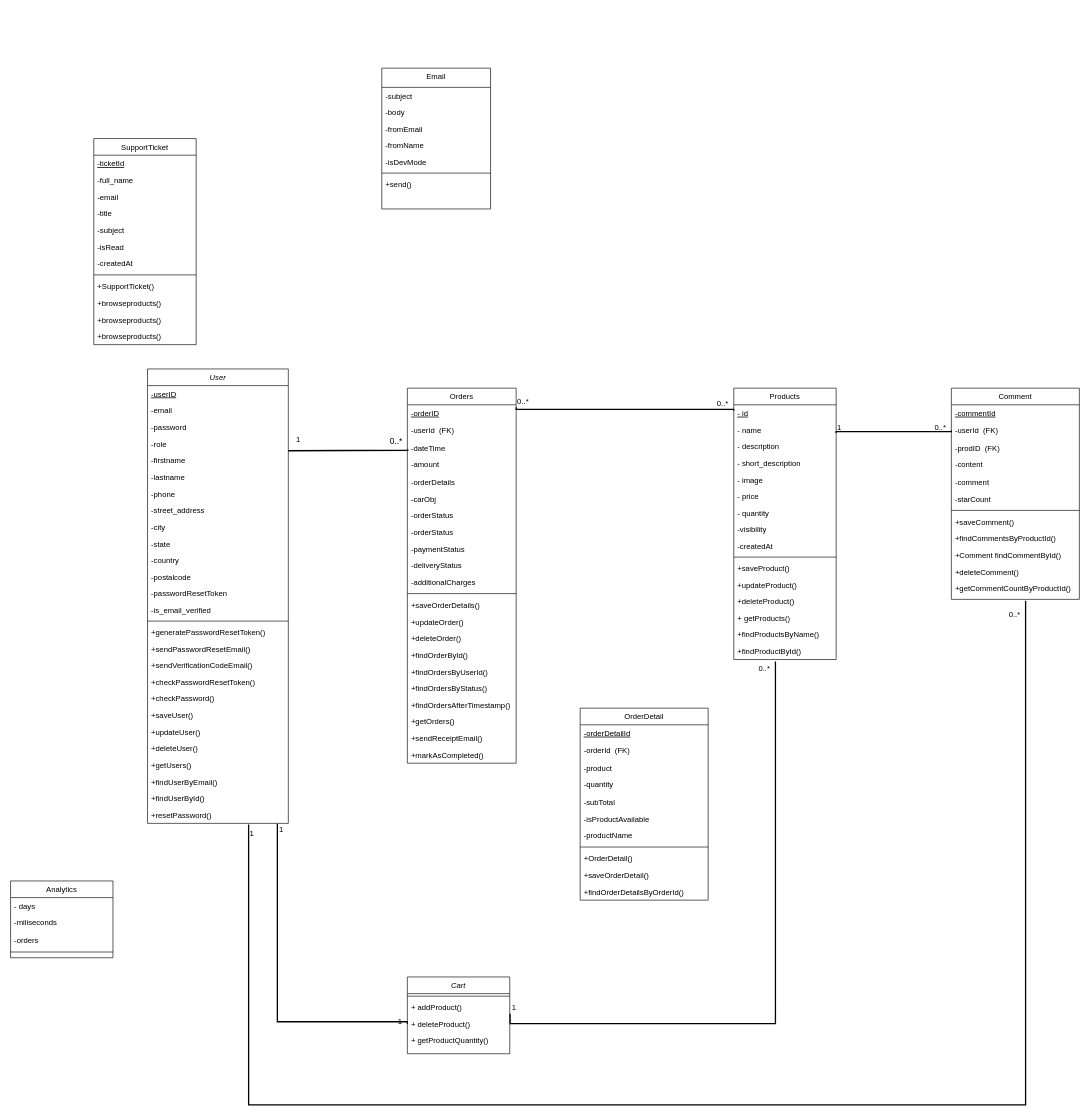
Earlier version of the draw.io diagram assets/diagrams/Class Diagram.drawio (isira-adithya/PUSL2024). Source tidied: cells renumbered, new cells numbered last; positions are measured from the earlier drawing's top-left corner, leaving out a move shared by most shapes. Both pictures are drawn from the tidied source at 64%, with x=0, y=0 at pixel (10, 68).
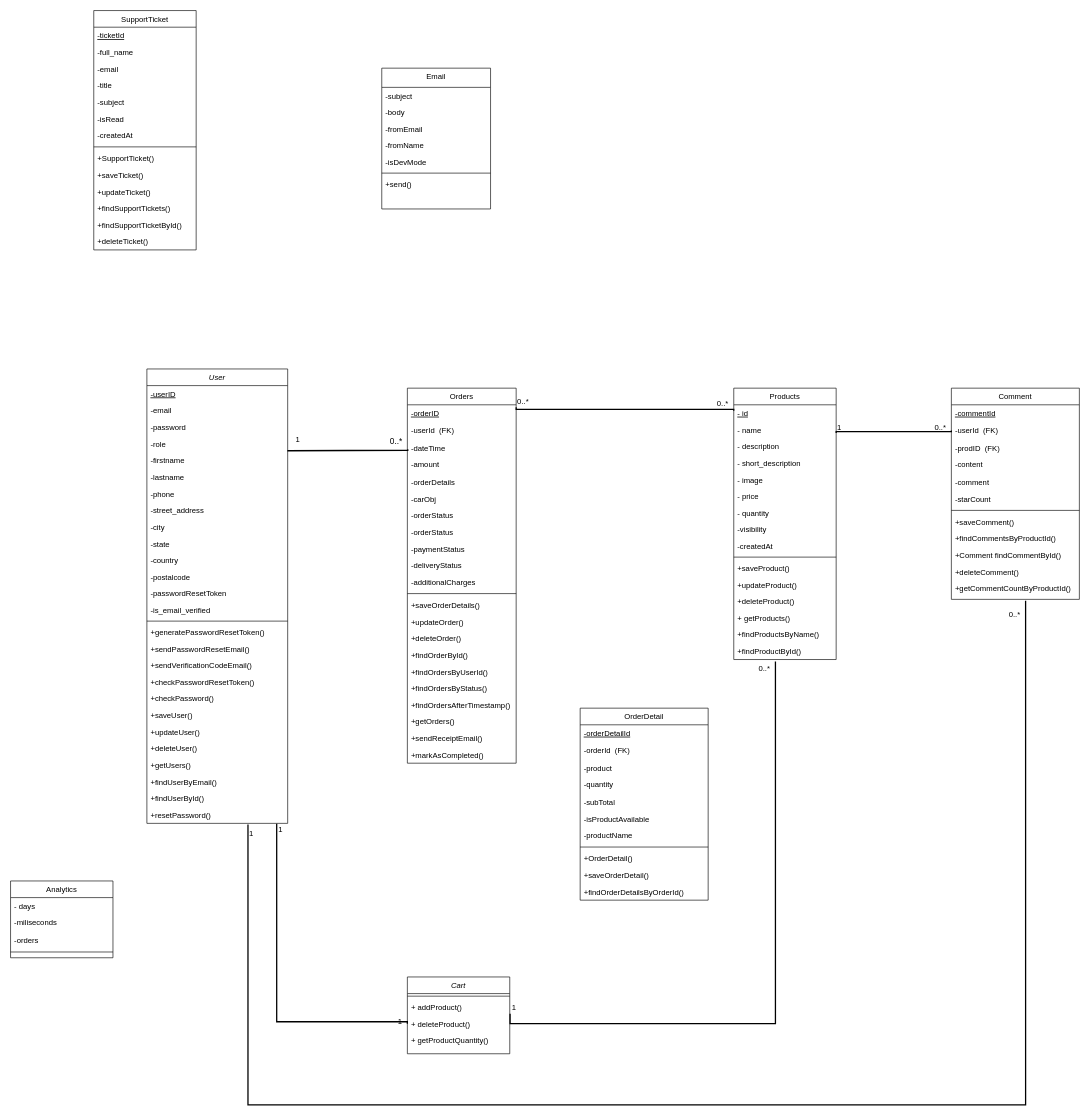
Above is the later version.

Commit message:
updated support ticket class, class diagram

Diff of the diagram source:
```diff
@@
     <mxCell id="50" value="User" style="swimlane;fontStyle=2;align=center;verticalAlign=top;horizontal=1;startSize=26;rounded=0;shadow=0;strokeWidth=1;" parent="1" vertex="1">
-      <mxGeometry x="214" y="470" width="220" height="710" as="geometry" />
+      <mxGeometry x="213" y="470" width="220" height="710" as="geometry" />
     </mxCell>
@@
     <mxCell id="119" value="SupportTicket" style="swimlane;fontStyle=0;align=center;verticalAlign=top;horizontal=1;startSize=26;rounded=0;shadow=0;strokeWidth=1;" parent="1" vertex="1">
-      <mxGeometry x="130" y="110" width="160" height="322" as="geometry" />
+      <mxGeometry x="130" y="-90" width="160" height="374" as="geometry" />
     </mxCell>
@@
-    <mxCell id="129" value="+browseproducts()" style="text;align=left;verticalAlign=top;spacingLeft=4;spacingRight=4;overflow=hidden;" parent="119" vertex="1">
+    <mxCell id="129" value="+saveTicket()" style="text;align=left;verticalAlign=top;spacingLeft=4;spacingRight=4;overflow=hidden;" parent="119" vertex="1">
       <mxGeometry y="244" width="160" height="26" as="geometry" />
     </mxCell>
-    <mxCell id="130" value="+browseproducts()" style="text;align=left;verticalAlign=top;spacingLeft=4;spacingRight=4;overflow=hidden;" parent="119" vertex="1">
+    <mxCell id="130" value="+updateTicket()" style="text;align=left;verticalAlign=top;spacingLeft=4;spacingRight=4;overflow=hidden;" parent="119" vertex="1">
       <mxGeometry y="270" width="160" height="26" as="geometry" />
     </mxCell>
-    <mxCell id="131" value="+browseproducts()" style="text;align=left;verticalAlign=top;spacingLeft=4;spacingRight=4;overflow=hidden;" parent="119" vertex="1">
+    <mxCell id="131" value="+findSupportTickets()" style="text;align=left;verticalAlign=top;spacingLeft=4;spacingRight=4;overflow=hidden;" parent="119" vertex="1">
       <mxGeometry y="296" width="160" height="26" as="geometry" />
     </mxCell>
+    <mxCell id="144" value="+findSupportTicketById()" style="text;align=left;verticalAlign=top;spacingLeft=4;spacingRight=4;overflow=hidden;" parent="119" vertex="1">
+      <mxGeometry y="322" width="160" height="26" as="geometry" />
+    </mxCell>
+    <mxCell id="145" value="+deleteTicket()" style="text;align=left;verticalAlign=top;spacingLeft=4;spacingRight=4;overflow=hidden;" parent="119" vertex="1">
+      <mxGeometry y="348" width="160" height="26" as="geometry" />
+    </mxCell>
```
